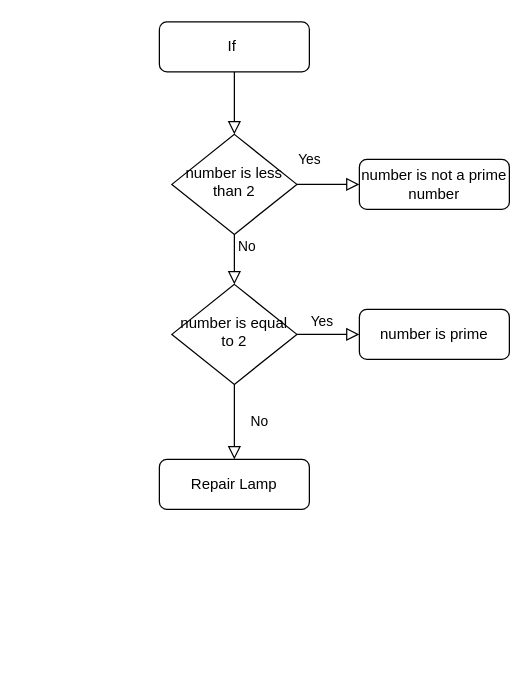
This is M1173-10 + Flowchart.drawio from Nikitha2006Kumar/Journals, a draw.io file, before an edit. Source tidied: cells renumbered, new cells numbered last; positions are measured from the earlier drawing's top-left corner, leaving out a move shared by most shapes. Both pictures are drawn from the tidied source at 125%, with x=0, y=0 at pixel (159, 21).
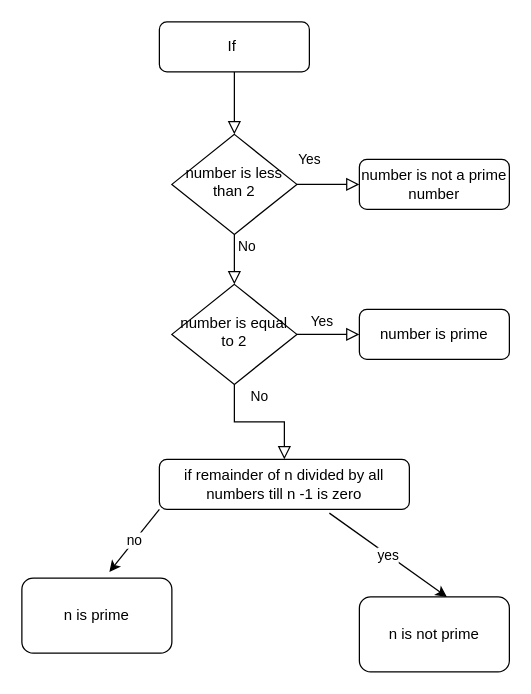
After the change.

Diff of the diagram source:
```diff
@@
 <mxGraphModel>
   <root>
     <mxCell id="0" />
     <mxCell id="1" parent="0" />
     <mxCell id="2" style="rounded=0;html=1;jettySize=auto;fontSize=11;endArrow=block;endFill=0;endSize=8;strokeWidth=1;shadow=0;labelBackgroundColor=none;edgeStyle=orthogonalEdgeStyle;" parent="1" edge="1" source="3" target="6">
       <mxGeometry relative="1" as="geometry" />
     </mxCell>
     <mxCell id="3" value="If&amp;nbsp;" style="rounded=1;whiteSpace=wrap;html=1;fontSize=12;glass=0;strokeWidth=1;shadow=0;" parent="1" vertex="1">
       <mxGeometry width="120" height="40" as="geometry" />
     </mxCell>
     <mxCell id="4" value="Yes" style="rounded=0;html=1;jettySize=auto;fontSize=11;endArrow=block;endFill=0;endSize=8;strokeWidth=1;shadow=0;labelBackgroundColor=none;edgeStyle=orthogonalEdgeStyle;" parent="1" edge="1" source="6" target="10">
       <mxGeometry x="-1" y="85" relative="1" as="geometry">
         <mxPoint x="-25" y="-60" as="offset" />
       </mxGeometry>
     </mxCell>
     <mxCell id="5" value="No" style="edgeStyle=orthogonalEdgeStyle;rounded=0;html=1;jettySize=auto;fontSize=11;endArrow=block;endFill=0;endSize=8;strokeWidth=1;shadow=0;labelBackgroundColor=none;" parent="1" edge="1" source="6" target="7">
       <mxGeometry x="-1" y="-64" relative="1" as="geometry">
         <mxPoint x="-40" y="-14" as="offset" />
       </mxGeometry>
     </mxCell>
     <mxCell id="6" value="number is less than 2" style="rhombus;whiteSpace=wrap;html=1;shadow=0;fontFamily=Helvetica;fontSize=12;align=center;strokeWidth=1;spacing=6;spacingTop=-4;" parent="1" vertex="1">
       <mxGeometry x="10" y="90" width="100" height="80" as="geometry" />
     </mxCell>
     <mxCell id="7" value="number is not a prime number" style="rounded=1;whiteSpace=wrap;html=1;fontSize=12;glass=0;strokeWidth=1;shadow=0;" parent="1" vertex="1">
       <mxGeometry x="160" y="110" width="120" height="40" as="geometry" />
     </mxCell>
     <mxCell id="8" value="No" style="rounded=0;html=1;jettySize=auto;fontSize=11;endArrow=block;endFill=0;endSize=8;strokeWidth=1;shadow=0;labelBackgroundColor=none;edgeStyle=orthogonalEdgeStyle;" parent="1" edge="1" source="10" target="11">
       <mxGeometry y="20" relative="1" as="geometry" />
     </mxCell>
     <mxCell id="9" value="Yes" style="edgeStyle=orthogonalEdgeStyle;rounded=0;html=1;jettySize=auto;fontSize=11;endArrow=block;endFill=0;endSize=8;strokeWidth=1;shadow=0;labelBackgroundColor=none;" parent="1" edge="1" source="10" target="12">
       <mxGeometry x="-0.2" y="10" relative="1" as="geometry" />
     </mxCell>
     <mxCell id="10" value="number is equal to 2" style="rhombus;whiteSpace=wrap;html=1;shadow=0;fontFamily=Helvetica;fontSize=12;align=center;strokeWidth=1;spacing=6;spacingTop=-4;" parent="1" vertex="1">
       <mxGeometry x="10" y="210" width="100" height="80" as="geometry" />
     </mxCell>
-    <mxCell id="11" value="Repair Lamp" style="rounded=1;whiteSpace=wrap;html=1;fontSize=12;glass=0;strokeWidth=1;shadow=0;" parent="1" vertex="1">
-      <mxGeometry y="350" width="120" height="40" as="geometry" />
+    <mxCell id="11" value="if remainder of n divided by all numbers till n -1 is zero" style="rounded=1;whiteSpace=wrap;html=1;fontSize=12;glass=0;strokeWidth=1;shadow=0;" parent="1" vertex="1">
+      <mxGeometry y="350" width="200" height="40" as="geometry" />
     </mxCell>
     <mxCell id="12" value="number is prime" style="rounded=1;whiteSpace=wrap;html=1;fontSize=12;glass=0;strokeWidth=1;shadow=0;" parent="1" vertex="1">
       <mxGeometry x="160" y="230" width="120" height="40" as="geometry" />
     </mxCell>
+    <mxCell id="13" value="n is not prime" style="rounded=1;whiteSpace=wrap;html=1;" parent="1" vertex="1">
+      <mxGeometry x="160" y="460" width="120" height="60" as="geometry" />
+    </mxCell>
+    <mxCell id="14" value="n is prime" style="rounded=1;whiteSpace=wrap;html=1;" parent="1" vertex="1">
+      <mxGeometry x="-110" y="445" width="120" height="60" as="geometry" />
+    </mxCell>
+    <mxCell id="15" value="yes" style="endArrow=classic;html=1;rounded=0;entryX=0.583;entryY=0;entryDx=0;entryDy=0;entryPerimeter=0;exitX=0.68;exitY=1.075;exitDx=0;exitDy=0;exitPerimeter=0;" parent="1" edge="1" source="11" target="13">
+      <mxGeometry relative="1" as="geometry" />
+    </mxCell>
+    <mxCell id="16" value="no" style="endArrow=classic;html=1;rounded=0;exitX=0;exitY=1;exitDx=0;exitDy=0;" parent="1" edge="1" source="11">
+      <mxGeometry relative="1" as="geometry">
+        <mxPoint x="-40" y="440" as="targetPoint" />
+      </mxGeometry>
+    </mxCell>
   </root>
 </mxGraphModel>
```
